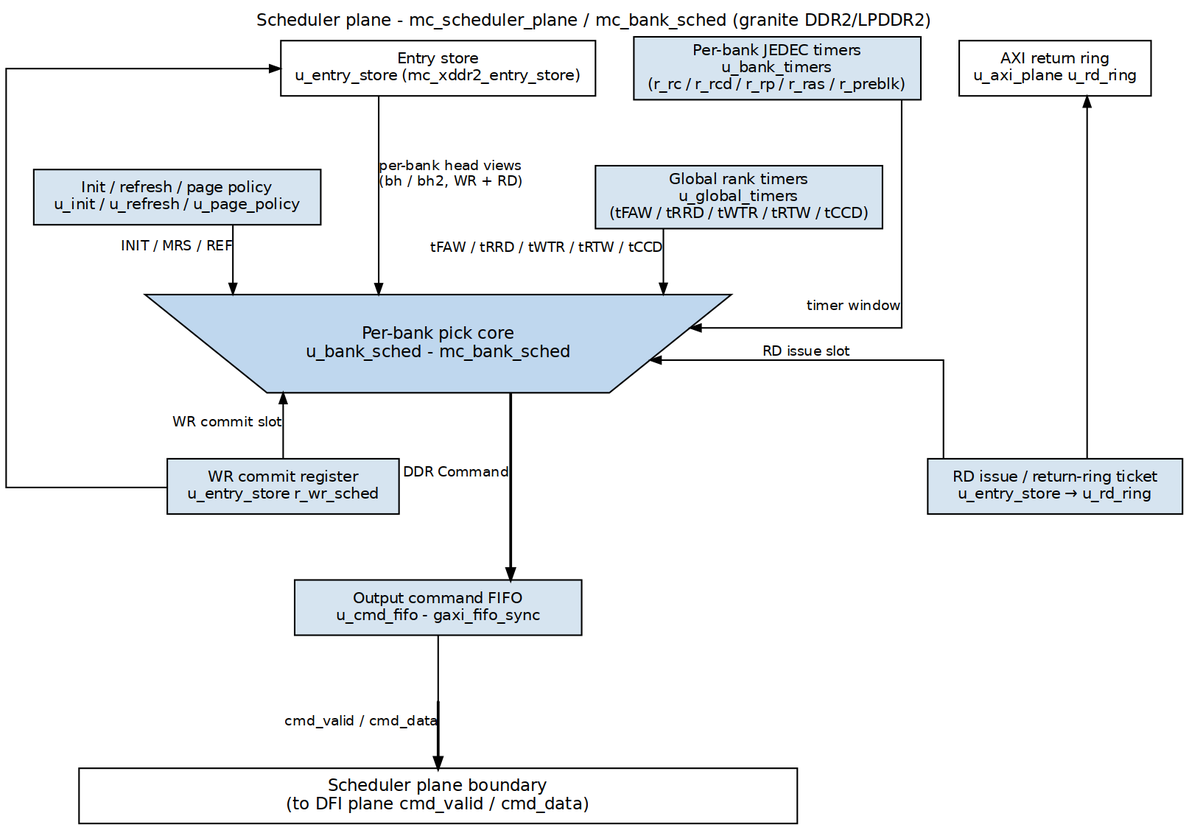
sean-galloway/RTLDesignSherpa keeps this Graphviz diagram as vault/tracking/projects/components/mem-ctrl-ip/assets/mc003/sched_plane_blocks.png. Above is the earlier version. Its source is kept beside it as vault/tracking/projects/components/mem-ctrl-ip/assets/mc003/sched_plane_blocks.dot. The source it was exported from:
```dot
digraph sched_plane_blocks {
    graph [rankdir=TB, bgcolor="white", fontname="Helvetica", fontsize=11,
           nodesep="0.35", ranksep="0.60", splines=ortho,
           label="Scheduler plane - mc_scheduler_plane / mc_bank_sched (granite DDR2/LPDDR2)",
           labelloc=t, labeljust=c];
    node  [fontname="Helvetica", fontsize=10, shape=box, style=filled,
           fillcolor="#D6E4F0", color="black", margin="0.12,0.06"];
    edge  [fontname="Helvetica", fontsize=9, color="black", arrowsize=0.7];

    entry_store [label="Entry store\nu_entry_store (mc_xddr2_entry_store)", fillcolor="white", group=C];
    axi_return  [label="AXI return ring\nu_axi_plane u_rd_ring", fillcolor="white", group=R];

    init [label="Init / refresh / page policy\nu_init / u_refresh / u_page_policy", group=C, width=2.6];
    bank_timers [label="Per-bank JEDEC timers\nu_bank_timers\n(r_rc / r_rcd / r_rp / r_ras / r_preblk)", group=C, width=2.5];
    global_timers [label="Global rank timers\nu_global_timers\n(tFAW / tRRD / tWTR / tRTW / tCCD)", group=C, width=2.5];
    sched_core [label="Per-bank pick core\nu_bank_sched - mc_bank_sched",
                shape=invtrapezium, width=4.8, fillcolor="#BFD7EE", fontsize=11, group=C];
    cmd_fifo [label="Output command FIFO\nu_cmd_fifo - gaxi_fifo_sync", group=C, width=2.6];

    wr_commit [label="WR commit register\nu_entry_store r_wr_sched", group=W, width=2.1];
    rd_issue  [label="RD issue / return-ring ticket\nu_entry_store → u_rd_ring", group=R, width=2.3];

    bar [label="Scheduler plane boundary\n(to DFI plane cmd_valid / cmd_data)",
         fillcolor="white", rank=sink, width=6.5, fontsize=11, group=C];

    p_cmd [shape=point, width=0.01, group=C];

    entry_store -> sched_core [xlabel="per-bank head views\n(bh / bh2, WR + RD)"];
    init -> sched_core [xlabel="INIT / MRS / REF"];
    bank_timers -> sched_core [xlabel="timer window"];
    global_timers -> sched_core [xlabel="tFAW / tRRD / tWTR / tRTW / tCCD"];
    sched_core -> cmd_fifo [penwidth=1.8, xlabel="DDR Command"];
    cmd_fifo -> p_cmd [dir=none, headclip=false];
    p_cmd -> bar [xlabel="cmd_valid / cmd_data", penwidth=1.8, tailclip=false];

    sched_core -> wr_commit [dir=back, xlabel="WR commit slot"];
    entry_store -> wr_commit [dir=back];

    sched_core -> rd_issue [dir=back, xlabel="RD issue slot"];
    axi_return -> rd_issue [dir=back];

    { rank=same; entry_store; axi_return; }
    entry_store -> axi_return [style=invis];

    { rank=same; wr_commit; rd_issue; }
    wr_commit -> rd_issue [style=invis];

    bank_timers -> global_timers [style=invis];

    c0 [shape=point, style=invis, width=0.01, group=C];
    c1 [shape=point, style=invis, width=0.01, group=C];
    entry_store -> c0 -> sched_core -> c1 -> cmd_fifo -> p_cmd [style=invis, weight=10];
}
```
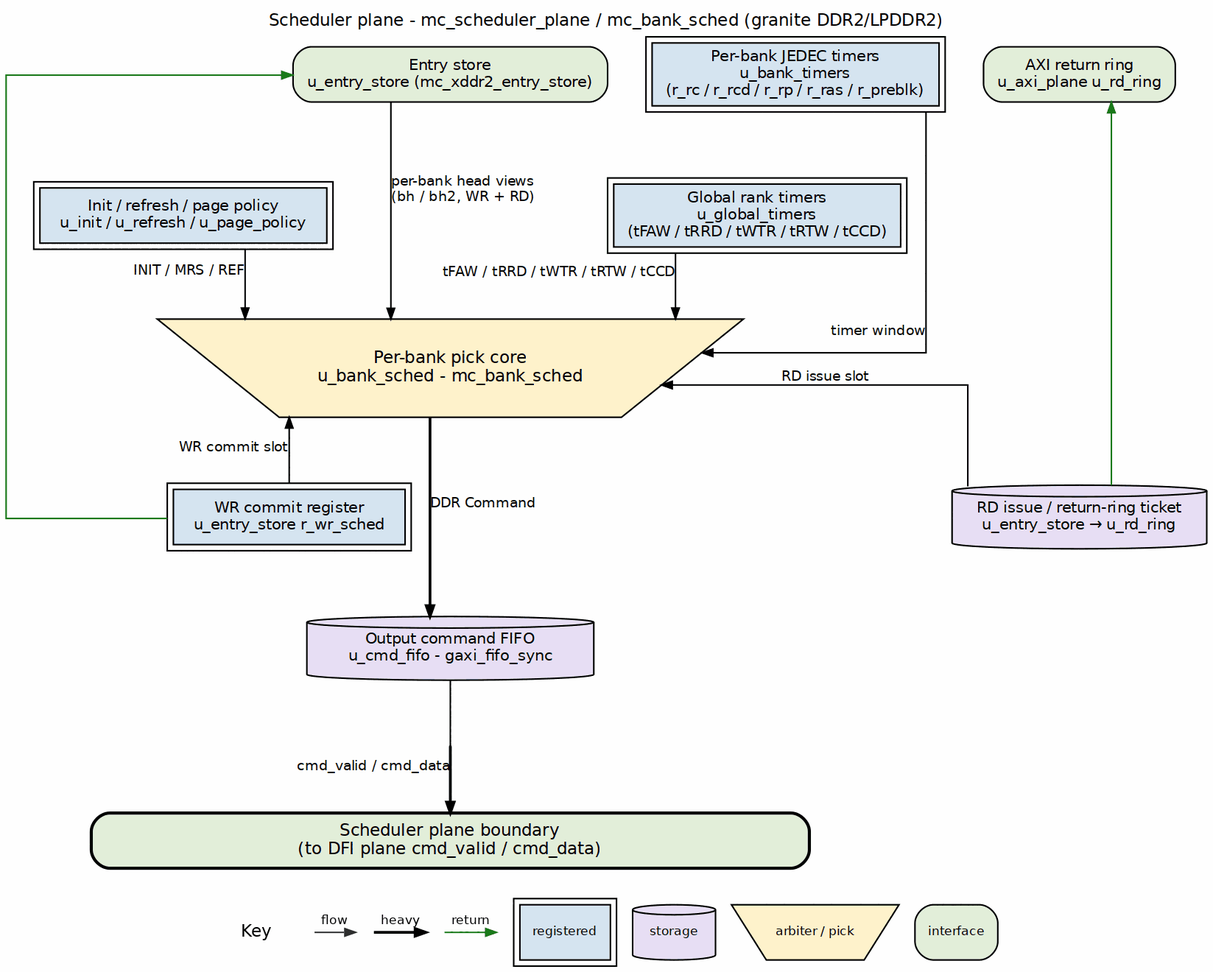
The same diagram one commit later.

What changed in the source:
```diff
@@ -4,24 +4,24 @@
            label="Scheduler plane - mc_scheduler_plane / mc_bank_sched (granite DDR2/LPDDR2)",
            labelloc=t, labeljust=c];
     node  [fontname="Helvetica", fontsize=10, shape=box, style=filled,
-           fillcolor="#D6E4F0", color="black", margin="0.12,0.06"];
+           fillcolor="white", color="black", margin="0.12,0.06"];
     edge  [fontname="Helvetica", fontsize=9, color="black", arrowsize=0.7];
 
-    entry_store [label="Entry store\nu_entry_store (mc_xddr2_entry_store)", fillcolor="white", group=C];
-    axi_return  [label="AXI return ring\nu_axi_plane u_rd_ring", fillcolor="white", group=R];
+    entry_store [label="Entry store\nu_entry_store (mc_xddr2_entry_store)", fillcolor="white", group=C, style="rounded,filled", fillcolor="#E2EFDA"];
+    axi_return  [label="AXI return ring\nu_axi_plane u_rd_ring", fillcolor="white", group=R, style="rounded,filled", fillcolor="#E2EFDA"];
 
-    init [label="Init / refresh / page policy\nu_init / u_refresh / u_page_policy", group=C, width=2.6];
-    bank_timers [label="Per-bank JEDEC timers\nu_bank_timers\n(r_rc / r_rcd / r_rp / r_ras / r_preblk)", group=C, width=2.5];
-    global_timers [label="Global rank timers\nu_global_timers\n(tFAW / tRRD / tWTR / tRTW / tCCD)", group=C, width=2.5];
+    init [label="Init / refresh / page policy\nu_init / u_refresh / u_page_policy", group=C, width=2.6, peripheries=2, style="filled", fillcolor="#D6E4F0"];
+    bank_timers [label="Per-bank JEDEC timers\nu_bank_timers\n(r_rc / r_rcd / r_rp / r_ras / r_preblk)", group=C, width=2.5, peripheries=2, style="filled", fillcolor="#D6E4F0"];
+    global_timers [label="Global rank timers\nu_global_timers\n(tFAW / tRRD / tWTR / tRTW / tCCD)", group=C, width=2.5, peripheries=2, style="filled", fillcolor="#D6E4F0"];
     sched_core [label="Per-bank pick core\nu_bank_sched - mc_bank_sched",
-                shape=invtrapezium, width=4.8, fillcolor="#BFD7EE", fontsize=11, group=C];
-    cmd_fifo [label="Output command FIFO\nu_cmd_fifo - gaxi_fifo_sync", group=C, width=2.6];
+                shape=invtrapezium, width=4.8, fillcolor="#BFD7EE", fontsize=11, group=C, style="filled", fillcolor="#FFF2CC"];
+    cmd_fifo [label="Output command FIFO\nu_cmd_fifo - gaxi_fifo_sync", group=C, width=2.6, shape=cylinder, style="filled", fillcolor="#E8DFF5"];
 
-    wr_commit [label="WR commit register\nu_entry_store r_wr_sched", group=W, width=2.1];
-    rd_issue  [label="RD issue / return-ring ticket\nu_entry_store → u_rd_ring", group=R, width=2.3];
+    wr_commit [label="WR commit register\nu_entry_store r_wr_sched", group=W, width=2.1, peripheries=2, style="filled", fillcolor="#D6E4F0"];
+    rd_issue  [label="RD issue / return-ring ticket\nu_entry_store → u_rd_ring", group=R, width=2.3, shape=cylinder, style="filled", fillcolor="#E8DFF5"];
 
     bar [label="Scheduler plane boundary\n(to DFI plane cmd_valid / cmd_data)",
-         fillcolor="white", rank=sink, width=6.5, fontsize=11, group=C];
+         fillcolor="white", rank=sink, width=6.5, fontsize=11, group=C, style="rounded,filled,bold", fillcolor="#E2EFDA"];
 
     p_cmd [shape=point, width=0.01, group=C];
 
@@ -34,10 +34,10 @@
     p_cmd -> bar [xlabel="cmd_valid / cmd_data", penwidth=1.8, tailclip=false];
 
     sched_core -> wr_commit [dir=back, xlabel="WR commit slot"];
-    entry_store -> wr_commit [dir=back];
+    entry_store -> wr_commit [color="#1A7A1A", dir=back];
 
     sched_core -> rd_issue [dir=back, xlabel="RD issue slot"];
-    axi_return -> rd_issue [dir=back];
+    axi_return -> rd_issue [color="#1A7A1A", dir=back];
 
     { rank=same; entry_store; axi_return; }
     entry_store -> axi_return [style=invis];
```
